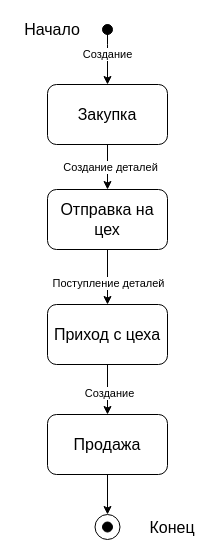
Above: Диаграмма состояний.drawio in Tlag23/1- (draw.io), before the change. Source tidied: cells renumbered, new cells numbered last; positions are measured from the earlier drawing's top-left corner, leaving out a move shared by most shapes. Both pictures are drawn from the tidied source at 100%, with x=0, y=0 at pixel (17, 16).
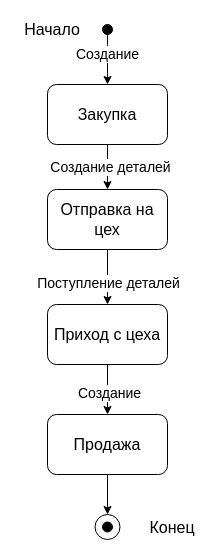
The same diagram, later.

The change refers to these unchanged cells:
```xml
<mxCell id="2" style="edgeStyle=orthogonalEdgeStyle;rounded=0;jettySize=auto;html=1;entryX=0.5;entryY=0;entryDx=0;entryDy=0;" parent="1" edge="1" source="4" target="7">
  <mxGeometry relative="1" as="geometry" />
</mxCell>
<mxCell id="5" style="edgeStyle=orthogonalEdgeStyle;rounded=0;jettySize=auto;html=1;entryX=0.5;entryY=0;entryDx=0;entryDy=0;" parent="1" edge="1" source="7" target="10">
  <mxGeometry relative="1" as="geometry" />
</mxCell>
<mxCell id="8" style="edgeStyle=orthogonalEdgeStyle;rounded=0;jettySize=auto;html=1;entryX=0.5;entryY=0;entryDx=0;entryDy=0;" parent="1" edge="1" source="10" target="12">
  <mxGeometry relative="1" as="geometry" />
</mxCell>
<mxCell id="13" style="edgeStyle=orthogonalEdgeStyle;rounded=0;jettySize=auto;html=1;exitX=0.5;exitY=0;exitDx=0;exitDy=0;entryX=0.5;entryY=0;entryDx=0;entryDy=0;" parent="1" edge="1" source="15" target="4">
  <mxGeometry relative="1" as="geometry">
    <Array as="points">
      <mxPoint x="90" y="28" />
      <mxPoint x="90" y="28" />
    </Array>
  </mxGeometry>
</mxCell>
```

What changed in the source:
```diff
@@
-    <mxCell id="3" value="Создание деталей" style="edgeLabel;html=1;align=center;verticalAlign=middle;" parent="2" vertex="1">
+    <mxCell id="3" value="&lt;font style=&quot;font-size: 14px;&quot;&gt;Создание деталей&lt;/font&gt;" style="edgeLabel;html=1;align=center;verticalAlign=middle;" parent="2" vertex="1">
       <mxGeometry x="-0.01" y="2" relative="1" as="geometry" />
     </mxCell>
@@
-    <mxCell id="6" value="Поступление деталей" style="edgeLabel;html=1;align=center;verticalAlign=middle;" parent="5" vertex="1">
+    <mxCell id="6" value="&lt;font style=&quot;font-size: 14px;&quot;&gt;Поступление деталей&lt;/font&gt;" style="edgeLabel;html=1;align=center;verticalAlign=middle;" parent="5" vertex="1">
       <mxGeometry x="0.21" relative="1" as="geometry" />
     </mxCell>
@@
-    <mxCell id="9" value="Создание" style="edgeLabel;html=1;align=center;verticalAlign=middle;" parent="8" vertex="1">
+    <mxCell id="9" value="&lt;font style=&quot;font-size: 14px;&quot;&gt;Создание&lt;/font&gt;" style="edgeLabel;html=1;align=center;verticalAlign=middle;" parent="8" vertex="1">
       <mxGeometry x="0.13" y="1" relative="1" as="geometry" />
     </mxCell>
@@
-    <mxCell id="14" value="Создание" style="edgeLabel;html=1;align=center;verticalAlign=middle;" parent="13" vertex="1">
+    <mxCell id="14" value="&lt;font style=&quot;font-size: 14px;&quot;&gt;Создание&lt;/font&gt;" style="edgeLabel;html=1;align=center;verticalAlign=middle;" parent="13" vertex="1">
       <mxGeometry x="-0.02" y="-1" relative="1" as="geometry" />
     </mxCell>
```
